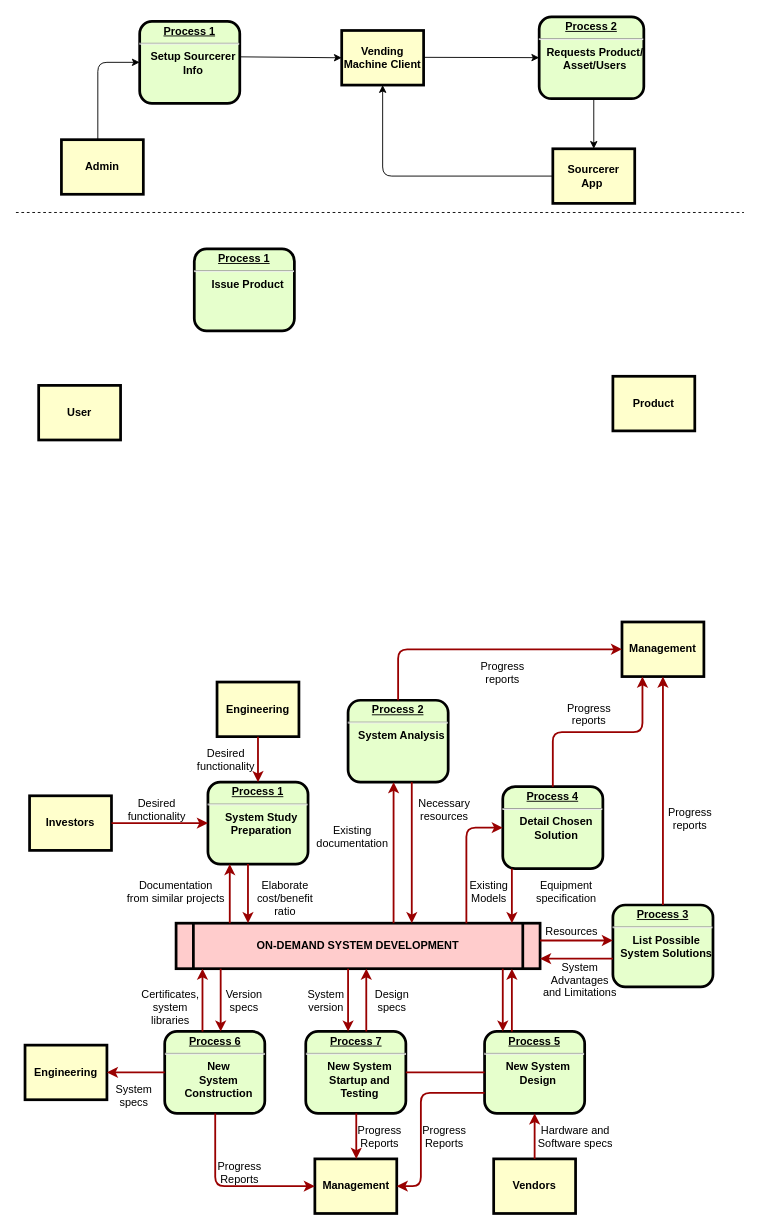
Earlier version of the draw.io diagram Untitled Diagram.drawio (ishrikanth/graphql). Source tidied: cells renumbered, new cells numbered last; positions are measured from the earlier drawing's top-left corner, leaving out a move shared by most shapes. Both pictures are drawn from the tidied source at 91%, with x=0, y=0 at pixel (15, 16).
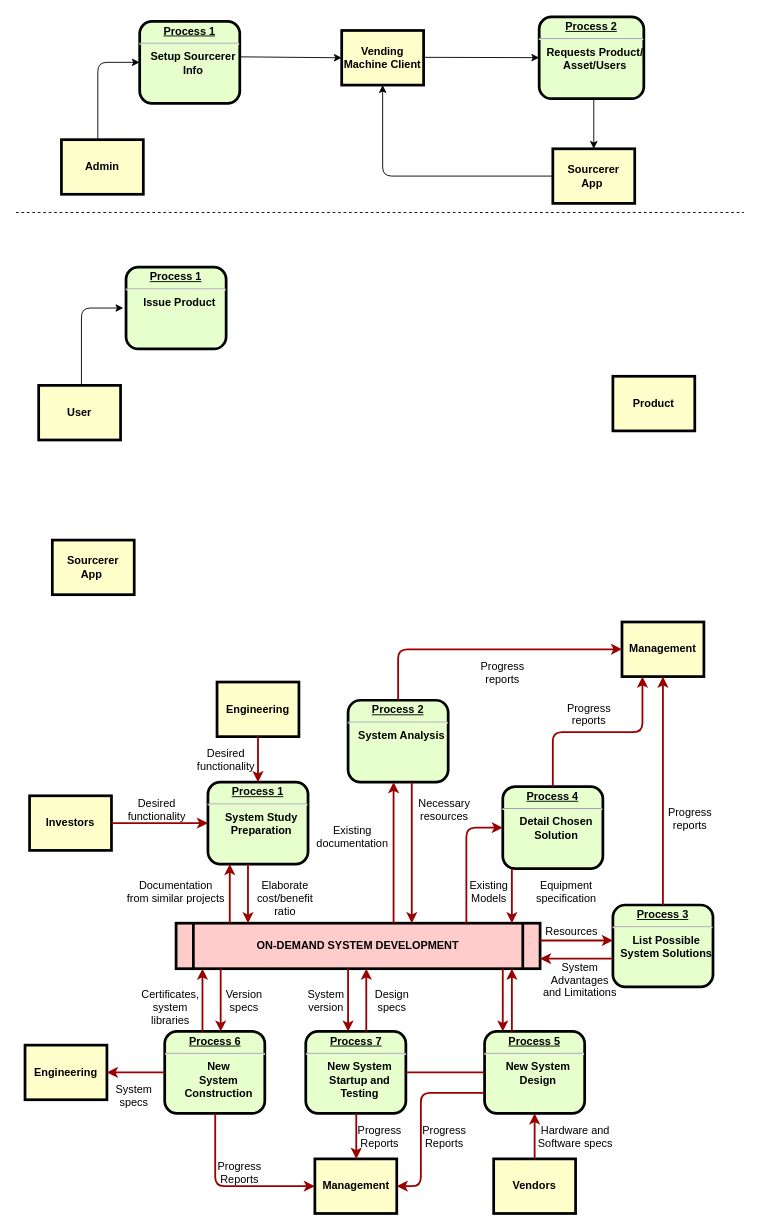
After the change.

Change to the diagram source:
```diff
@@
     <mxCell id="75" value="&lt;p style=&quot;margin: 0px ; margin-top: 4px ; text-align: center ; text-decoration: underline&quot;&gt;&lt;strong&gt;Process 1&lt;br&gt;&lt;/strong&gt;&lt;/p&gt;&lt;hr&gt;&lt;p style=&quot;margin: 0px ; margin-left: 8px&quot;&gt;Issue Product&lt;/p&gt;" style="verticalAlign=middle;align=center;overflow=fill;fontSize=12;fontFamily=Helvetica;html=1;rounded=1;fontStyle=1;strokeWidth=3;fillColor=#E6FFCC;" parent="1" vertex="1">
-      <mxGeometry x="196" y="255" width="110" height="90" as="geometry" />
+      <mxGeometry x="121" y="275" width="110" height="90" as="geometry" />
     </mxCell>
@@
+    <mxCell id="77" value="Sourcerer&#10;App " style="whiteSpace=wrap;align=center;verticalAlign=middle;fontStyle=1;strokeWidth=3;fillColor=#FFFFCC;" parent="1" vertex="1">
+      <mxGeometry x="40" y="575" width="90" height="60" as="geometry" />
+    </mxCell>
+    <mxCell id="78" style="endArrow=classic;html=1;entryX=0;entryY=0.5;entryDx=0;entryDy=0;" parent="1" edge="1">
+      <mxGeometry relative="1" as="geometry">
+        <mxPoint x="72" y="405" as="sourcePoint" />
+        <mxPoint x="118" y="320" as="targetPoint" />
+        <Array as="points">
+          <mxPoint x="72" y="320" />
+        </Array>
+      </mxGeometry>
+    </mxCell>
```
